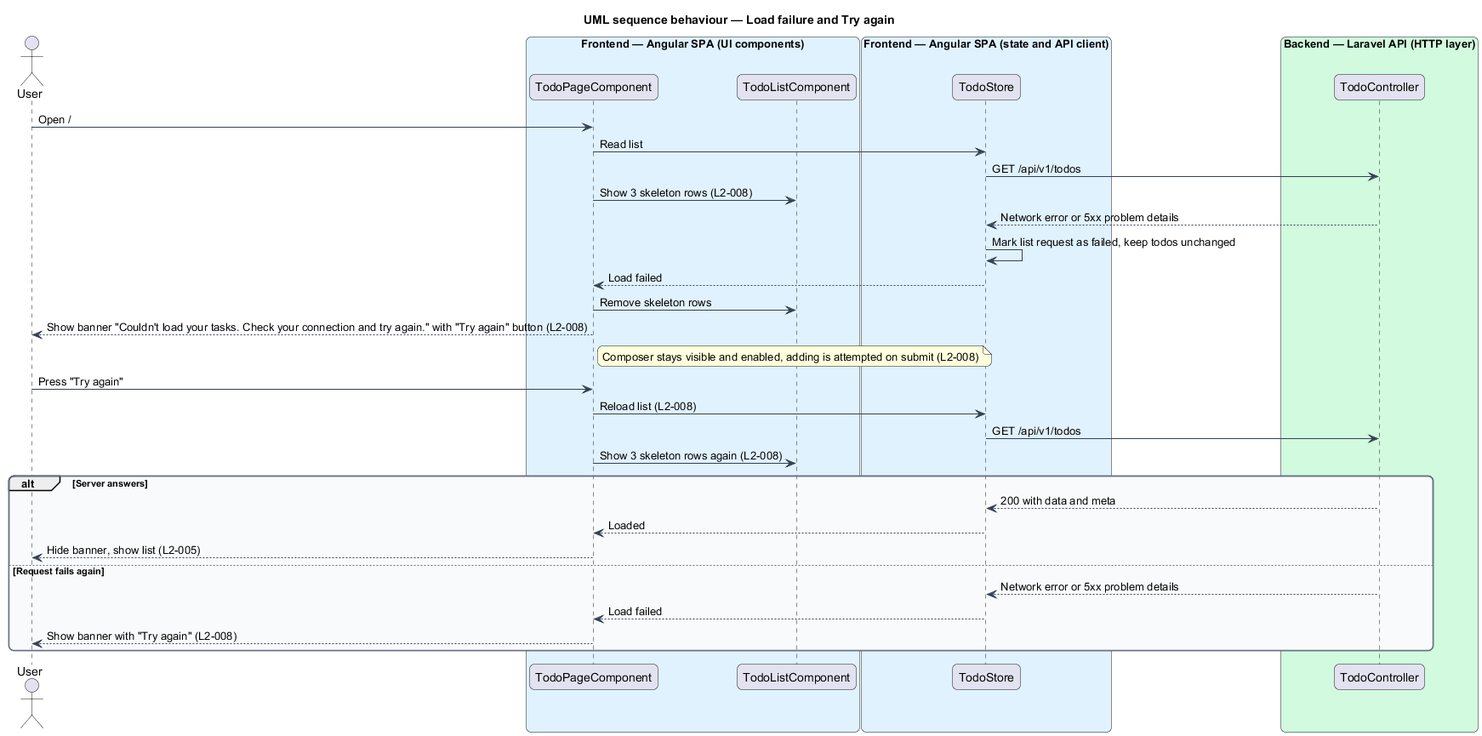
Above: docs/detailed-designs/task-browsing/list-tasks/diagrams/sequence-load-list-failure.png in QuinntyneBrown/php-todo-lab (PlantUML), before the change.
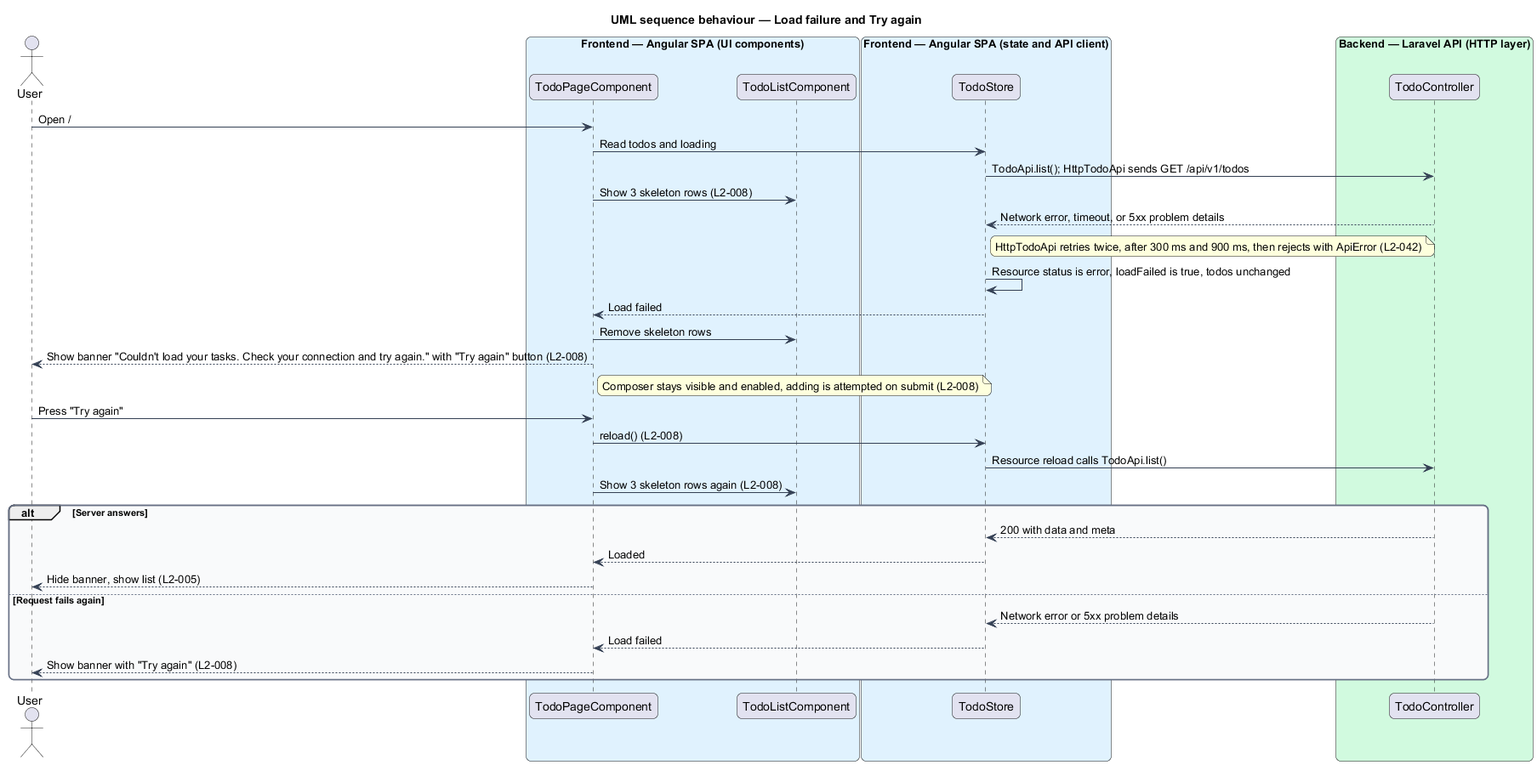
Above is the later version.

The edit, as a diff of the source:
```diff
@@ -26,18 +26,19 @@
   participant "TodoController" as controller
 end box
 user -> page : Open /
-page -> store : Read list
-store -> controller : GET /api/v1/todos
+page -> store : Read todos and loading
+store -> controller : TodoApi.list(); HttpTodoApi sends GET /api/v1/todos
 page -> list : Show 3 skeleton rows (L2-008)
-controller --> store : Network error or 5xx problem details
-store -> store : Mark list request as failed, keep todos unchanged
+controller --> store : Network error, timeout, or 5xx problem details
+note right of store : HttpTodoApi retries twice, after 300 ms and 900 ms, then rejects with ApiError (L2-042)
+store -> store : Resource status is error, loadFailed is true, todos unchanged
 store --> page : Load failed
 page -> list : Remove skeleton rows
 page --> user : Show banner "Couldn't load your tasks. Check your connection and try again." with "Try again" button (L2-008)
 note right of page : Composer stays visible and enabled, adding is attempted on submit (L2-008)
 user -> page : Press "Try again"
-page -> store : Reload list (L2-008)
-store -> controller : GET /api/v1/todos
+page -> store : reload() (L2-008)
+store -> controller : Resource reload calls TodoApi.list()
 page -> list : Show 3 skeleton rows again (L2-008)
 alt Server answers
   controller --> store : 200 with data and meta
```
